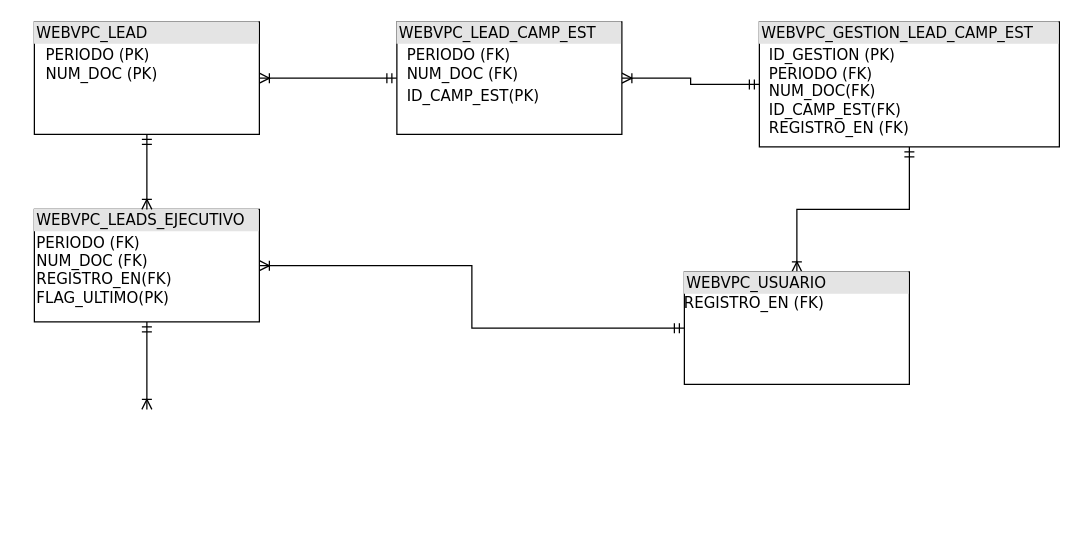
Earlier version of the draw.io diagram VPConnect.drawio (diego30k/vpconnect). Source tidied: cells renumbered, new cells numbered last; positions are measured from the earlier drawing's top-left corner, leaving out a move shared by most shapes. Both pictures are drawn from the tidied source at 125%, with x=0, y=0 at pixel (34, 21).
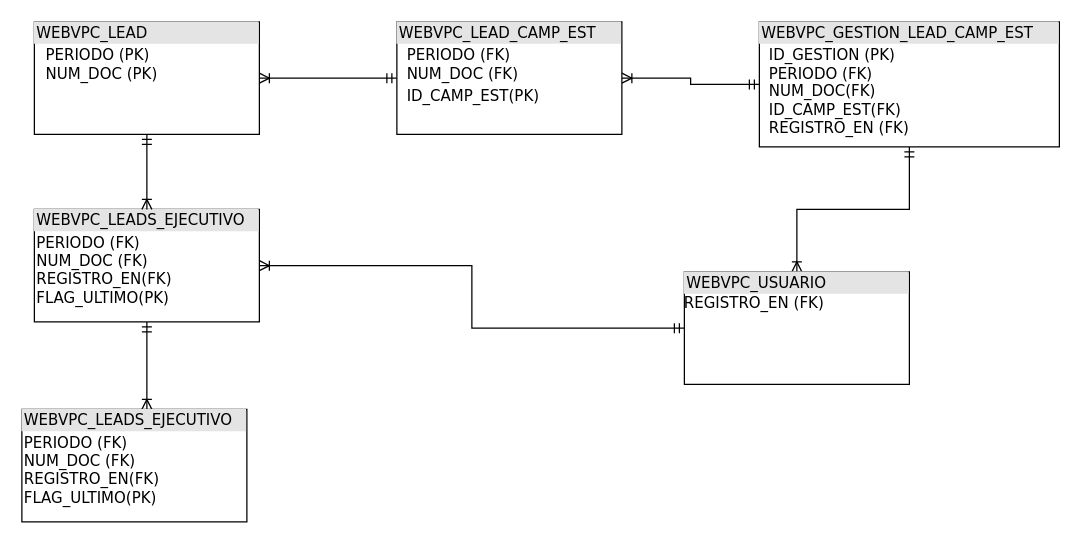
The same diagram, later.

Change to the diagram source:
```diff
@@
 <mxGraphModel background="#ffffff">
   <root>
     <mxCell id="0" />
     <mxCell id="1" parent="0" />
     <mxCell id="2" style="edgeStyle=orthogonalEdgeStyle;rounded=0;jettySize=auto;html=1;entryX=0;entryY=0.5;entryDx=0;entryDy=0;endArrow=ERmandOne;endFill=0;startArrow=ERoneToMany;startFill=0;" parent="1" edge="1" source="3" target="9">
       <mxGeometry relative="1" as="geometry" />
     </mxCell>
     <mxCell id="3" value="&lt;div style=&quot;box-sizing: border-box ; width: 100% ; background: #e4e4e4 ; padding: 2px&quot;&gt;WEBVPC_LEAD&lt;/div&gt;&lt;table cellpadding=&quot;2&quot; cellspacing=&quot;0&quot; style=&quot;font-size: 1em ; width: 180px&quot;&gt;&lt;tbody&gt;&lt;tr&gt;&lt;td&gt;&lt;/td&gt;&lt;td&gt;PERIODO (PK)&lt;br&gt;NUM_DOC (PK)&lt;/td&gt;&lt;/tr&gt;&lt;tr&gt;&lt;td&gt;&lt;/td&gt;&lt;td&gt;&lt;br&gt;&lt;/td&gt;&lt;/tr&gt;&lt;/tbody&gt;&lt;/table&gt;" style="verticalAlign=top;align=left;overflow=fill;html=1;rounded=0;shadow=0;comic=0;labelBackgroundColor=none;strokeWidth=1;fontFamily=Verdana;fontSize=12;" parent="1" vertex="1">
       <mxGeometry width="180" height="90" as="geometry" />
     </mxCell>
     <mxCell id="4" style="edgeStyle=orthogonalEdgeStyle;html=1;entryX=0.5;entryY=0;labelBackgroundColor=none;startArrow=ERmandOne;endArrow=ERoneToMany;fontFamily=Verdana;fontSize=12;align=left;" parent="1" edge="1" source="6">
       <mxGeometry relative="1" as="geometry">
         <mxPoint x="90" y="310" as="targetPoint" />
       </mxGeometry>
     </mxCell>
     <mxCell id="5" style="edgeStyle=orthogonalEdgeStyle;rounded=0;jettySize=auto;html=1;entryX=0;entryY=0.5;entryDx=0;entryDy=0;startArrow=ERoneToMany;startFill=0;endArrow=ERmandOne;endFill=0;" parent="1" edge="1" source="6" target="12">
       <mxGeometry relative="1" as="geometry" />
     </mxCell>
     <mxCell id="6" value="&lt;div style=&quot;box-sizing: border-box ; width: 100% ; background: #e4e4e4 ; padding: 2px&quot;&gt;WEBVPC_LEADS_EJECUTIVO&lt;/div&gt;&lt;table style=&quot;width: 100% ; font-size: 1em&quot; cellpadding=&quot;2&quot; cellspacing=&quot;0&quot;&gt;&lt;tbody&gt;&lt;tr&gt;&lt;td&gt;PERIODO (FK)&lt;br&gt;NUM_DOC (FK)&lt;br&gt;REGISTRO_EN(FK)&lt;br&gt;FLAG_ULTIMO(PK)&lt;/td&gt;&lt;td&gt;&lt;/td&gt;&lt;/tr&gt;&lt;/tbody&gt;&lt;/table&gt;" style="verticalAlign=top;align=left;overflow=fill;html=1;rounded=0;shadow=0;comic=0;labelBackgroundColor=none;strokeWidth=1;fontFamily=Verdana;fontSize=12;" parent="1" vertex="1">
       <mxGeometry y="150" width="180" height="90" as="geometry" />
     </mxCell>
     <mxCell id="7" style="edgeStyle=orthogonalEdgeStyle;html=1;endArrow=ERoneToMany;startArrow=ERmandOne;labelBackgroundColor=none;fontFamily=Verdana;fontSize=12;align=left;exitX=0.5;exitY=1;entryX=0.5;entryY=0;" parent="1" edge="1" source="3" target="6">
       <mxGeometry relative="1" as="geometry" />
     </mxCell>
     <mxCell id="8" style="edgeStyle=orthogonalEdgeStyle;rounded=0;jettySize=auto;html=1;startArrow=ERoneToMany;startFill=0;endArrow=ERmandOne;endFill=0;" parent="1" edge="1" source="9" target="10">
       <mxGeometry relative="1" as="geometry" />
     </mxCell>
     <mxCell id="9" value="&lt;div style=&quot;box-sizing: border-box ; width: 100% ; background: #e4e4e4 ; padding: 2px&quot;&gt;WEBVPC_LEAD_CAMP_EST&lt;/div&gt;&lt;table cellpadding=&quot;2&quot; cellspacing=&quot;0&quot; style=&quot;font-size: 1em ; width: 180px&quot;&gt;&lt;tbody&gt;&lt;tr&gt;&lt;td&gt;&lt;/td&gt;&lt;td&gt;PERIODO (FK)&lt;br&gt;NUM_DOC (FK)&lt;/td&gt;&lt;/tr&gt;&lt;tr&gt;&lt;td&gt;&lt;/td&gt;&lt;td&gt;ID_CAMP_EST(PK)&lt;/td&gt;&lt;/tr&gt;&lt;/tbody&gt;&lt;/table&gt;" style="verticalAlign=top;align=left;overflow=fill;html=1;rounded=0;shadow=0;comic=0;labelBackgroundColor=none;strokeWidth=1;fontFamily=Verdana;fontSize=12;" parent="1" vertex="1">
       <mxGeometry x="290" width="180" height="90" as="geometry" />
     </mxCell>
     <mxCell id="10" value="&lt;div style=&quot;box-sizing: border-box ; width: 100% ; background: #e4e4e4 ; padding: 2px&quot;&gt;WEBVPC_GESTION_LEAD_CAMP_EST&lt;/div&gt;&lt;table cellpadding=&quot;2&quot; cellspacing=&quot;0&quot; style=&quot;font-size: 1em ; width: 180px&quot;&gt;&lt;tbody&gt;&lt;tr&gt;&lt;td&gt;&lt;/td&gt;&lt;td&gt;ID_GESTION (PK)&lt;br&gt;PERIODO (FK)&lt;br&gt;NUM_DOC(FK)&lt;br&gt;ID_CAMP_EST(FK)&lt;br&gt;REGISTRO_EN (FK)&lt;/td&gt;&lt;/tr&gt;&lt;/tbody&gt;&lt;/table&gt;" style="verticalAlign=top;align=left;overflow=fill;html=1;rounded=0;shadow=0;comic=0;labelBackgroundColor=none;strokeWidth=1;fontFamily=Verdana;fontSize=12;" parent="1" vertex="1">
       <mxGeometry x="580" width="240" height="100" as="geometry" />
     </mxCell>
     <mxCell id="11" style="edgeStyle=orthogonalEdgeStyle;rounded=0;jettySize=auto;html=1;entryX=0.5;entryY=1;entryDx=0;entryDy=0;startArrow=ERoneToMany;startFill=0;endArrow=ERmandOne;endFill=0;" parent="1" edge="1" source="12" target="10">
       <mxGeometry relative="1" as="geometry" />
     </mxCell>
     <mxCell id="12" value="&lt;div style=&quot;box-sizing: border-box ; width: 100% ; background: #e4e4e4 ; padding: 2px&quot;&gt;WEBVPC_USUARIO&lt;/div&gt;REGISTRO_EN (FK)" style="verticalAlign=top;align=left;overflow=fill;html=1;rounded=0;shadow=0;comic=0;labelBackgroundColor=none;strokeWidth=1;fontFamily=Verdana;fontSize=12;" parent="1" vertex="1">
       <mxGeometry x="520" y="200" width="180" height="90" as="geometry" />
     </mxCell>
+    <mxCell id="13" value="&lt;div style=&quot;box-sizing: border-box ; width: 100% ; background: #e4e4e4 ; padding: 2px&quot;&gt;WEBVPC_LEADS_EJECUTIVO&lt;/div&gt;&lt;table style=&quot;width: 100% ; font-size: 1em&quot; cellpadding=&quot;2&quot; cellspacing=&quot;0&quot;&gt;&lt;tbody&gt;&lt;tr&gt;&lt;td&gt;PERIODO (FK)&lt;br&gt;NUM_DOC (FK)&lt;br&gt;REGISTRO_EN(FK)&lt;br&gt;FLAG_ULTIMO(PK)&lt;/td&gt;&lt;td&gt;&lt;/td&gt;&lt;/tr&gt;&lt;/tbody&gt;&lt;/table&gt;" style="verticalAlign=top;align=left;overflow=fill;html=1;rounded=0;shadow=0;comic=0;labelBackgroundColor=none;strokeWidth=1;fontFamily=Verdana;fontSize=12;" parent="1" vertex="1">
+      <mxGeometry x="-10" y="310" width="180" height="90" as="geometry" />
+    </mxCell>
   </root>
 </mxGraphModel>
```
